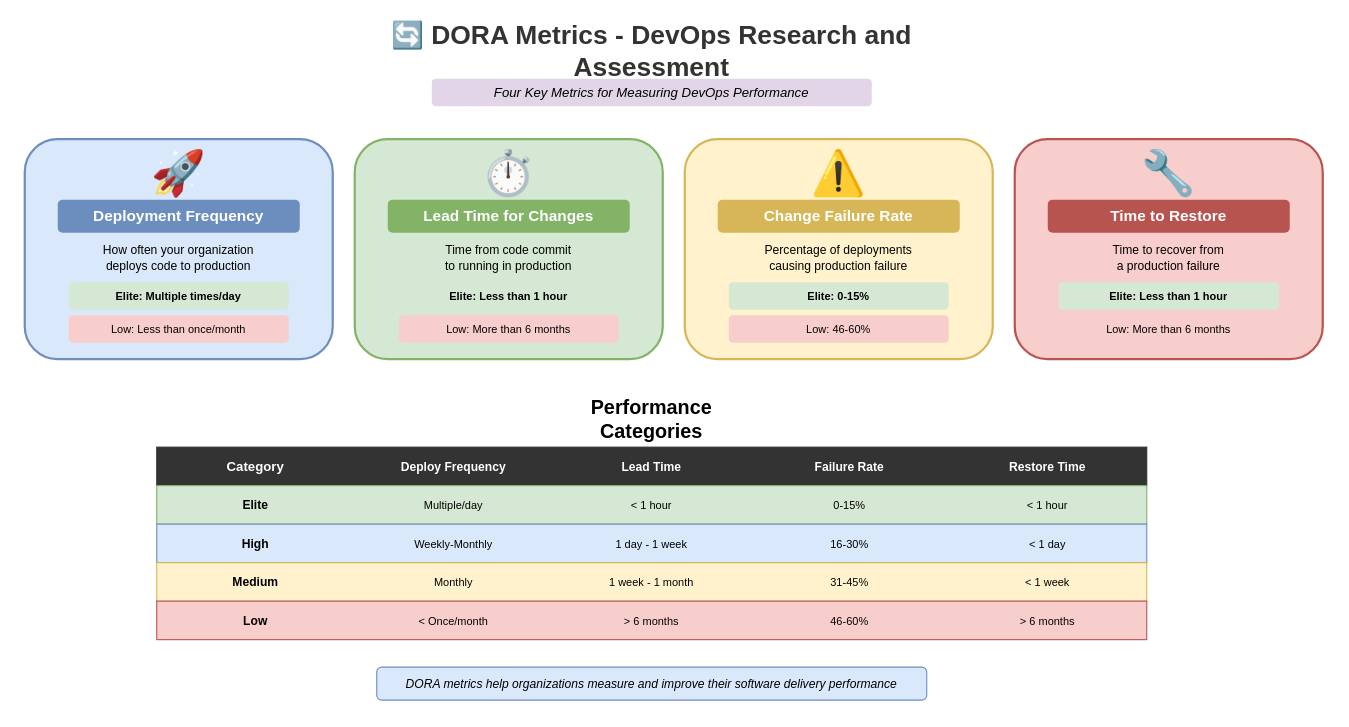
Before: lesson-05-devops-platform-engineering/01-devops-fundamentals/1.3-dora-metrics.drawio in MrParkerZ7/document-lesson-software-architect-x-claude, a draw.io diagram. Source tidied: cells renumbered, new cells numbered last; positions are measured from the earlier drawing's top-left corner, leaving out a move shared by most shapes. Both pictures are drawn from the tidied source at 110%, with x=0, y=0 at pixel (24, 29).
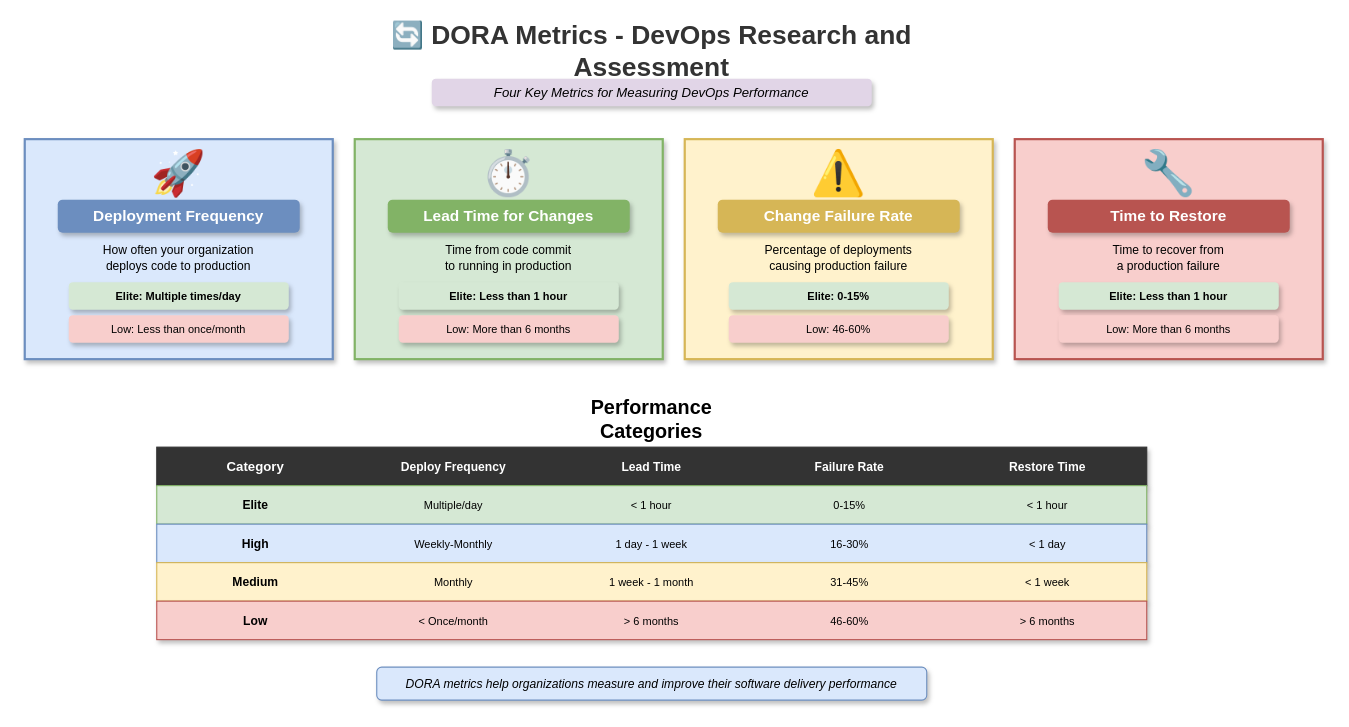
The same diagram, later.

Change to the diagram source:
```diff
@@
-    <mxCell id="3" value="Four Key Metrics for Measuring DevOps Performance" style="text;html=1;strokeColor=none;fillColor=#e1d5e7;align=center;verticalAlign=middle;whiteSpace=wrap;rounded=1;fontSize=12;fontStyle=2;" parent="1" vertex="1">
+    <mxCell id="3" value="Four Key Metrics for Measuring DevOps Performance" style="text;html=1;strokeColor=none;fillColor=#e1d5e7;align=center;verticalAlign=middle;whiteSpace=wrap;rounded=1;fontSize=12;fontStyle=2;shadow=1;" parent="1" vertex="1">
       <mxGeometry x="370" y="45" width="400" height="25" as="geometry" />
     </mxCell>
-    <mxCell id="4" style="rounded=1;whiteSpace=wrap;html=1;fillColor=#dae8fc;strokeColor=#6c8ebf;strokeWidth=2;" parent="1" vertex="1">
+    <mxCell id="4" style="rounded=0;whiteSpace=wrap;html=1;fillColor=#dae8fc;strokeColor=#6c8ebf;strokeWidth=2;shadow=1;" parent="1" vertex="1">
       <mxGeometry y="100" width="280" height="200" as="geometry" />
     </mxCell>
@@
-    <mxCell id="6" value="Deployment Frequency" style="text;html=1;strokeColor=none;fillColor=#6c8ebf;align=center;verticalAlign=middle;whiteSpace=wrap;rounded=1;fontSize=14;fontStyle=1;fontColor=#ffffff;" parent="1" vertex="1">
+    <mxCell id="6" value="Deployment Frequency" style="text;html=1;strokeColor=none;fillColor=#6c8ebf;align=center;verticalAlign=middle;whiteSpace=wrap;rounded=1;fontSize=14;fontStyle=1;fontColor=#ffffff;shadow=1;" parent="1" vertex="1">
       <mxGeometry x="30" y="155" width="220" height="30" as="geometry" />
     </mxCell>
@@
-    <mxCell id="8" value="Elite: Multiple times/day" style="text;html=1;strokeColor=none;fillColor=#d5e8d4;align=center;verticalAlign=middle;whiteSpace=wrap;rounded=1;fontSize=10;fontStyle=1;" parent="1" vertex="1">
+    <mxCell id="8" value="Elite: Multiple times/day" style="text;html=1;strokeColor=none;fillColor=#d5e8d4;align=center;verticalAlign=middle;whiteSpace=wrap;rounded=1;fontSize=10;fontStyle=1;shadow=1;" parent="1" vertex="1">
       <mxGeometry x="40" y="230" width="200" height="25" as="geometry" />
     </mxCell>
-    <mxCell id="9" value="Low: Less than once/month" style="text;html=1;strokeColor=none;fillColor=#f8cecc;align=center;verticalAlign=middle;whiteSpace=wrap;rounded=1;fontSize=10;" parent="1" vertex="1">
+    <mxCell id="9" value="Low: Less than once/month" style="text;html=1;strokeColor=none;fillColor=#f8cecc;align=center;verticalAlign=middle;whiteSpace=wrap;rounded=1;fontSize=10;shadow=1;" parent="1" vertex="1">
       <mxGeometry x="40" y="260" width="200" height="25" as="geometry" />
     </mxCell>
-    <mxCell id="10" style="rounded=1;whiteSpace=wrap;html=1;fillColor=#d5e8d4;strokeColor=#82b366;strokeWidth=2;" parent="1" vertex="1">
+    <mxCell id="10" style="rounded=0;whiteSpace=wrap;html=1;fillColor=#d5e8d4;strokeColor=#82b366;strokeWidth=2;shadow=1;" parent="1" vertex="1">
       <mxGeometry x="300" y="100" width="280" height="200" as="geometry" />
     </mxCell>
@@
-    <mxCell id="12" value="Lead Time for Changes" style="text;html=1;strokeColor=none;fillColor=#82b366;align=center;verticalAlign=middle;whiteSpace=wrap;rounded=1;fontSize=14;fontStyle=1;fontColor=#ffffff;" parent="1" vertex="1">
+    <mxCell id="12" value="Lead Time for Changes" style="text;html=1;strokeColor=none;fillColor=#82b366;align=center;verticalAlign=middle;whiteSpace=wrap;rounded=1;fontSize=14;fontStyle=1;fontColor=#ffffff;shadow=1;" parent="1" vertex="1">
       <mxGeometry x="330" y="155" width="220" height="30" as="geometry" />
     </mxCell>
@@
-    <mxCell id="14" value="Elite: Less than 1 hour" style="text;html=1;strokeColor=none;fillColor=#d5e8d4;align=center;verticalAlign=middle;whiteSpace=wrap;rounded=1;fontSize=10;fontStyle=1;" parent="1" vertex="1">
+    <mxCell id="14" value="Elite: Less than 1 hour" style="text;html=1;strokeColor=none;fillColor=#d5e8d4;align=center;verticalAlign=middle;whiteSpace=wrap;rounded=1;fontSize=10;fontStyle=1;shadow=1;" parent="1" vertex="1">
       <mxGeometry x="340" y="230" width="200" height="25" as="geometry" />
     </mxCell>
-    <mxCell id="15" value="Low: More than 6 months" style="text;html=1;strokeColor=none;fillColor=#f8cecc;align=center;verticalAlign=middle;whiteSpace=wrap;rounded=1;fontSize=10;" parent="1" vertex="1">
+    <mxCell id="15" value="Low: More than 6 months" style="text;html=1;strokeColor=none;fillColor=#f8cecc;align=center;verticalAlign=middle;whiteSpace=wrap;rounded=1;fontSize=10;shadow=1;" parent="1" vertex="1">
       <mxGeometry x="340" y="260" width="200" height="25" as="geometry" />
     </mxCell>
-    <mxCell id="16" style="rounded=1;whiteSpace=wrap;html=1;fillColor=#fff2cc;strokeColor=#d6b656;strokeWidth=2;" parent="1" vertex="1">
+    <mxCell id="16" style="rounded=0;whiteSpace=wrap;html=1;fillColor=#fff2cc;strokeColor=#d6b656;strokeWidth=2;shadow=1;" parent="1" vertex="1">
       <mxGeometry x="600" y="100" width="280" height="200" as="geometry" />
     </mxCell>
@@
-    <mxCell id="18" value="Change Failure Rate" style="text;html=1;strokeColor=none;fillColor=#d6b656;align=center;verticalAlign=middle;whiteSpace=wrap;rounded=1;fontSize=14;fontStyle=1;fontColor=#ffffff;" parent="1" vertex="1">
+    <mxCell id="18" value="Change Failure Rate" style="text;html=1;strokeColor=none;fillColor=#d6b656;align=center;verticalAlign=middle;whiteSpace=wrap;rounded=1;fontSize=14;fontStyle=1;fontColor=#ffffff;shadow=1;" parent="1" vertex="1">
       <mxGeometry x="630" y="155" width="220" height="30" as="geometry" />
     </mxCell>
@@
-    <mxCell id="20" value="Elite: 0-15%" style="text;html=1;strokeColor=none;fillColor=#d5e8d4;align=center;verticalAlign=middle;whiteSpace=wrap;rounded=1;fontSize=10;fontStyle=1;" parent="1" vertex="1">
+    <mxCell id="20" value="Elite: 0-15%" style="text;html=1;strokeColor=none;fillColor=#d5e8d4;align=center;verticalAlign=middle;whiteSpace=wrap;rounded=1;fontSize=10;fontStyle=1;shadow=1;" parent="1" vertex="1">
       <mxGeometry x="640" y="230" width="200" height="25" as="geometry" />
     </mxCell>
-    <mxCell id="21" value="Low: 46-60%" style="text;html=1;strokeColor=none;fillColor=#f8cecc;align=center;verticalAlign=middle;whiteSpace=wrap;rounded=1;fontSize=10;" parent="1" vertex="1">
+    <mxCell id="21" value="Low: 46-60%" style="text;html=1;strokeColor=none;fillColor=#f8cecc;align=center;verticalAlign=middle;whiteSpace=wrap;rounded=1;fontSize=10;shadow=1;" parent="1" vertex="1">
       <mxGeometry x="640" y="260" width="200" height="25" as="geometry" />
     </mxCell>
-    <mxCell id="22" style="rounded=1;whiteSpace=wrap;html=1;fillColor=#f8cecc;strokeColor=#b85450;strokeWidth=2;" parent="1" vertex="1">
+    <mxCell id="22" style="rounded=0;whiteSpace=wrap;html=1;fillColor=#f8cecc;strokeColor=#b85450;strokeWidth=2;shadow=1;" parent="1" vertex="1">
       <mxGeometry x="900" y="100" width="280" height="200" as="geometry" />
     </mxCell>
@@
-    <mxCell id="24" value="Time to Restore" style="text;html=1;strokeColor=none;fillColor=#b85450;align=center;verticalAlign=middle;whiteSpace=wrap;rounded=1;fontSize=14;fontStyle=1;fontColor=#ffffff;" parent="1" vertex="1">
+    <mxCell id="24" value="Time to Restore" style="text;html=1;strokeColor=none;fillColor=#b85450;align=center;verticalAlign=middle;whiteSpace=wrap;rounded=1;fontSize=14;fontStyle=1;fontColor=#ffffff;shadow=1;" parent="1" vertex="1">
       <mxGeometry x="930" y="155" width="220" height="30" as="geometry" />
     </mxCell>
@@
-    <mxCell id="26" value="Elite: Less than 1 hour" style="text;html=1;strokeColor=none;fillColor=#d5e8d4;align=center;verticalAlign=middle;whiteSpace=wrap;rounded=1;fontSize=10;fontStyle=1;" parent="1" vertex="1">
+    <mxCell id="26" value="Elite: Less than 1 hour" style="text;html=1;strokeColor=none;fillColor=#d5e8d4;align=center;verticalAlign=middle;whiteSpace=wrap;rounded=1;fontSize=10;fontStyle=1;shadow=1;" parent="1" vertex="1">
       <mxGeometry x="940" y="230" width="200" height="25" as="geometry" />
     </mxCell>
-    <mxCell id="27" value="Low: More than 6 months" style="text;html=1;strokeColor=none;fillColor=#f8cecc;align=center;verticalAlign=middle;whiteSpace=wrap;rounded=1;fontSize=10;" parent="1" vertex="1">
+    <mxCell id="27" value="Low: More than 6 months" style="text;html=1;strokeColor=none;fillColor=#f8cecc;align=center;verticalAlign=middle;whiteSpace=wrap;rounded=1;fontSize=10;shadow=1;" parent="1" vertex="1">
       <mxGeometry x="940" y="260" width="200" height="25" as="geometry" />
     </mxCell>
@@
-    <mxCell id="29" style="rounded=0;whiteSpace=wrap;html=1;fillColor=#333333;strokeColor=#333333;" parent="1" vertex="1">
+    <mxCell id="29" style="rounded=0;whiteSpace=wrap;html=1;fillColor=#333333;strokeColor=#333333;shadow=1;" parent="1" vertex="1">
       <mxGeometry x="120" y="380" width="900" height="35" as="geometry" />
     </mxCell>
@@
-    <mxCell id="35" style="rounded=0;whiteSpace=wrap;html=1;fillColor=#d5e8d4;strokeColor=#82b366;" parent="1" vertex="1">
+    <mxCell id="35" style="rounded=0;whiteSpace=wrap;html=1;fillColor=#d5e8d4;strokeColor=#82b366;shadow=1;" parent="1" vertex="1">
       <mxGeometry x="120" y="415" width="900" height="35" as="geometry" />
     </mxCell>
@@
-    <mxCell id="41" style="rounded=0;whiteSpace=wrap;html=1;fillColor=#dae8fc;strokeColor=#6c8ebf;" parent="1" vertex="1">
+    <mxCell id="41" style="rounded=0;whiteSpace=wrap;html=1;fillColor=#dae8fc;strokeColor=#6c8ebf;shadow=1;" parent="1" vertex="1">
       <mxGeometry x="120" y="450" width="900" height="35" as="geometry" />
     </mxCell>
@@
-    <mxCell id="47" style="rounded=0;whiteSpace=wrap;html=1;fillColor=#fff2cc;strokeColor=#d6b656;" parent="1" vertex="1">
+    <mxCell id="47" style="rounded=0;whiteSpace=wrap;html=1;fillColor=#fff2cc;strokeColor=#d6b656;shadow=1;" parent="1" vertex="1">
       <mxGeometry x="120" y="485" width="900" height="35" as="geometry" />
     </mxCell>
@@
-    <mxCell id="53" style="rounded=0;whiteSpace=wrap;html=1;fillColor=#f8cecc;strokeColor=#b85450;" parent="1" vertex="1">
+    <mxCell id="53" style="rounded=0;whiteSpace=wrap;html=1;fillColor=#f8cecc;strokeColor=#b85450;shadow=1;" parent="1" vertex="1">
       <mxGeometry x="120" y="520" width="900" height="35" as="geometry" />
     </mxCell>
@@
-    <mxCell id="59" value="DORA metrics help organizations measure and improve their software delivery performance" style="text;html=1;strokeColor=#6c8ebf;fillColor=#dae8fc;align=center;verticalAlign=middle;whiteSpace=wrap;rounded=1;fontSize=11;fontStyle=2;" parent="1" vertex="1">
+    <mxCell id="59" value="DORA metrics help organizations measure and improve their software delivery performance" style="text;html=1;strokeColor=#6c8ebf;fillColor=#dae8fc;align=center;verticalAlign=middle;whiteSpace=wrap;rounded=1;fontSize=11;fontStyle=2;shadow=1;" parent="1" vertex="1">
       <mxGeometry x="320" y="580" width="500" height="30" as="geometry" />
     </mxCell>
```
